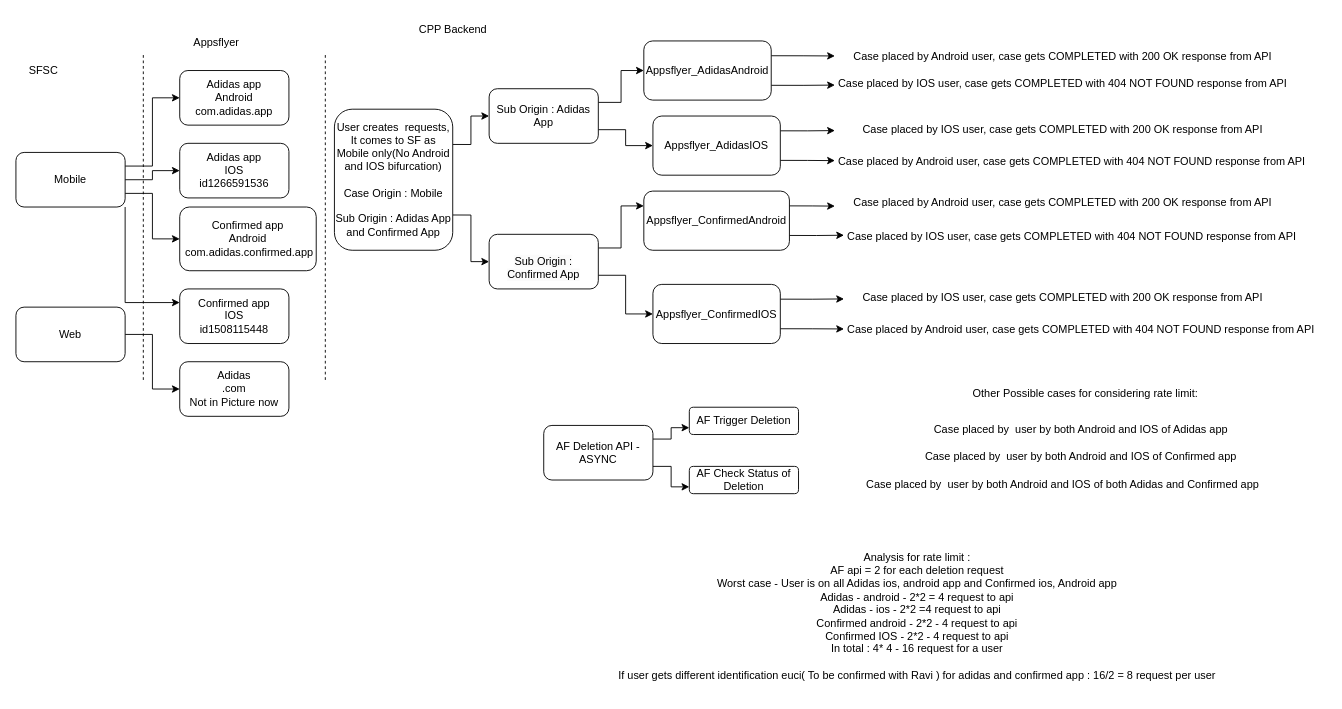
Above: Appsflyer.drawio in bhavana184/drawioDiagrams (draw.io), before the change. Source tidied: cells renumbered, new cells numbered last; positions are measured from the earlier drawing's top-left corner, leaving out a move shared by most shapes. Both pictures are drawn from the tidied source at 91%, with x=0, y=0 at pixel (15, 15).
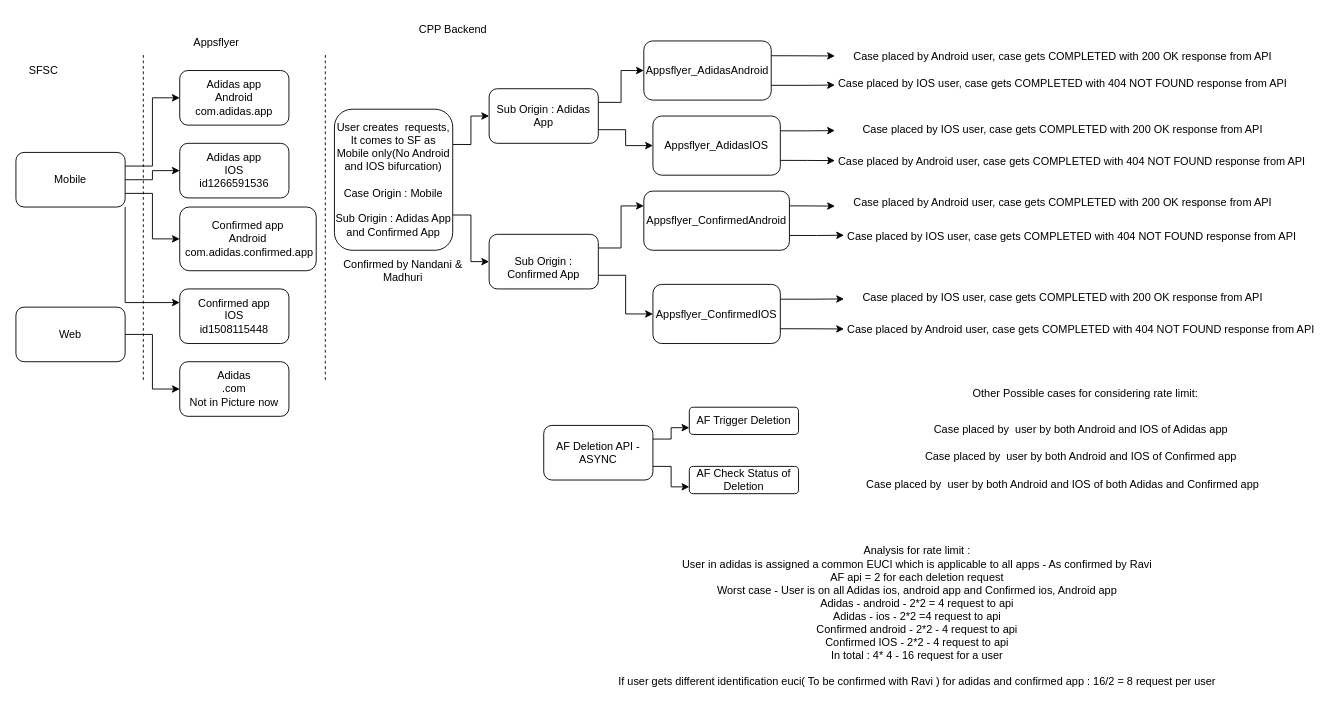
The same diagram, later.

What changed in the source:
```diff
@@
-    <mxCell id="57" value="Analysis for rate limit :&lt;br&gt;AF api = 2 for each deletion request&lt;br&gt;Worst case - User is on all Adidas ios, android app and Confirmed ios, Android app&lt;br&gt;Adidas - android - 2*2 = 4 request to api&lt;br&gt;Adidas - ios - 2*2 =4 request to api&lt;br&gt;Confirmed android - 2*2 - 4 request to api&lt;br&gt;Confirmed IOS - 2*2 - 4 request to api&lt;br&gt;In total : 4* 4 - 16 request for a user&lt;br&gt;&lt;br&gt;If user gets different identification euci( To be confirmed with Ravi ) for adidas and confirmed app : 16/2 = 8 request per user" style="text;html=1;align=center;verticalAlign=middle;strokeColor=none;fillColor=none;" parent="1" vertex="1">
-      <mxGeometry x="650" y="580" width="680" height="160" as="geometry" />
+    <mxCell id="57" value="Analysis for rate limit :&lt;br&gt;User in adidas is assigned a common EUCI which is applicable to all apps - As confirmed by Ravi&lt;br&gt;AF api = 2 for each deletion request&lt;br&gt;Worst case - User is on all Adidas ios, android app and Confirmed ios, Android app&lt;br&gt;Adidas - android - 2*2 = 4 request to api&lt;br&gt;Adidas - ios - 2*2 =4 request to api&lt;br&gt;Confirmed android - 2*2 - 4 request to api&lt;br&gt;Confirmed IOS - 2*2 - 4 request to api&lt;br&gt;In total : 4* 4 - 16 request for a user&lt;br&gt;&lt;br&gt;If user gets different identification euci( To be confirmed with Ravi ) for adidas and confirmed app : 16/2 = 8 request per user" style="text;html=1;align=center;verticalAlign=middle;strokeColor=none;fillColor=none;" parent="1" vertex="1">
+      <mxGeometry x="650" y="575" width="680" height="170" as="geometry" />
     </mxCell>
+    <mxCell id="58" value="Confirmed by Nandani &amp;amp;&lt;br&gt;Madhuri" style="text;html=1;align=center;verticalAlign=middle;strokeColor=none;fillColor=none;" parent="1" vertex="1">
+      <mxGeometry x="350" y="260" width="150" height="40" as="geometry" />
+    </mxCell>
```
